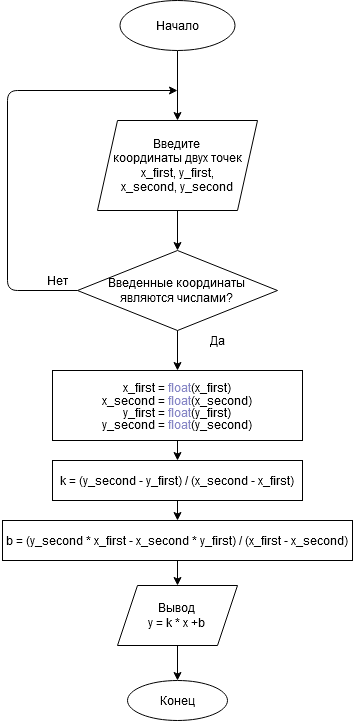
Earlier version of the draw.io export hw1/hw1_2.png (Nev-Iva/algorithms-python). Source tidied: cells renumbered, new cells last; positions are measured from the earlier drawing's top-left corner, leaving out a move shared by most shapes.
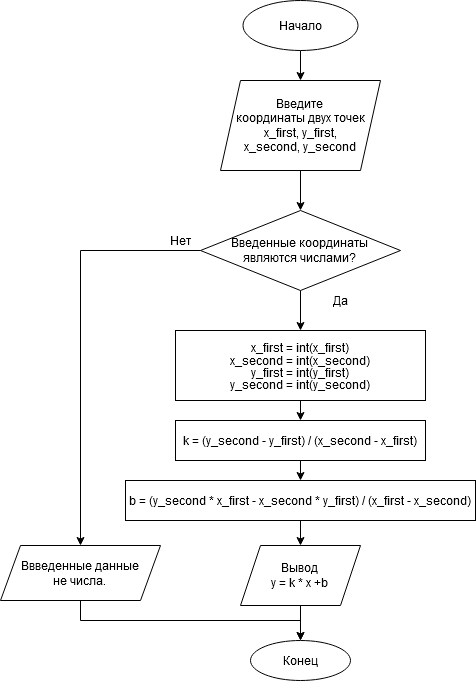
After the change.

Change to the diagram source:
```diff
@@ -6,7 +6,7 @@
       <mxGeometry relative="1" as="geometry" />
     </mxCell>
     <mxCell id="3" value="Начало" style="ellipse;whiteSpace=wrap;html=1;" parent="1" vertex="1">
-      <mxGeometry x="117.5" width="115" height="50" as="geometry" />
+      <mxGeometry x="117.5" y="40" width="115" height="50" as="geometry" />
     </mxCell>
     <mxCell id="4" value="Конец" style="ellipse;whiteSpace=wrap;html=1;" parent="1" vertex="1">
       <mxGeometry x="125" y="680" width="100" height="40" as="geometry" />
@@ -17,18 +17,12 @@
     <mxCell id="6" value="&lt;div&gt;Введите &lt;br&gt;&lt;/div&gt;&lt;div&gt;координаты двух точек&lt;/div&gt;&lt;div&gt;x_first, y_first,&lt;/div&gt;&lt;div&gt;x_second, y_second&lt;br&gt;&lt;/div&gt;" style="shape=parallelogram;perimeter=parallelogramPerimeter;whiteSpace=wrap;html=1;fixedSize=1;" parent="1" vertex="1">
       <mxGeometry x="95" y="120" width="160" height="90" as="geometry" />
     </mxCell>
+    <mxCell id="20" style="edgeStyle=orthogonalEdgeStyle;rounded=0;jettySize=auto;html=1;exitX=0;exitY=0.5;exitDx=0;exitDy=0;entryX=0.5;entryY=0;entryDx=0;entryDy=0;" parent="1" edge="1" source="7" target="22">
+      <mxGeometry relative="1" as="geometry" />
+    </mxCell>
     <mxCell id="7" value="&lt;div&gt;Введенные координаты &lt;br&gt;&lt;/div&gt;&lt;div&gt;являются числами?&lt;/div&gt;" style="rhombus;whiteSpace=wrap;html=1;" parent="1" vertex="1">
       <mxGeometry x="75" y="250" width="200" height="80" as="geometry" />
     </mxCell>
-    <mxCell id="8" style="endArrow=classic;html=1;exitX=0;exitY=0.5;exitDx=0;exitDy=0;" parent="1" edge="1" source="7">
-      <mxGeometry relative="1" as="geometry">
-        <mxPoint x="175" y="90" as="targetPoint" />
-        <Array as="points">
-          <mxPoint x="5" y="290" />
-          <mxPoint x="5" y="90" />
-        </Array>
-      </mxGeometry>
-    </mxCell>
     <mxCell id="9" value="Нет" style="text;html=1;strokeColor=none;fillColor=none;align=center;verticalAlign=middle;whiteSpace=wrap;rounded=0;" parent="1" vertex="1">
       <mxGeometry x="35" y="270" width="40" height="20" as="geometry" />
     </mxCell>
@@ -53,7 +47,7 @@
     <mxCell id="16" style="endArrow=classic;html=1;exitX=0.5;exitY=1;exitDx=0;exitDy=0;entryX=0.5;entryY=0;entryDx=0;entryDy=0;" parent="1" edge="1" source="14" target="11">
       <mxGeometry relative="1" as="geometry" />
     </mxCell>
-    <mxCell id="17" value="&lt;p style=&quot;line-height: 30%&quot;&gt;x_first = &lt;span style=&quot;color: #8888c6&quot;&gt;float&lt;/span&gt;(x_first)&lt;/p&gt;&lt;p style=&quot;line-height: 0%&quot;&gt;x_second = &lt;span style=&quot;color: #8888c6&quot;&gt;float&lt;/span&gt;(x_second)&lt;/p&gt;&lt;p style=&quot;line-height: 0%&quot;&gt;y_first = &lt;span style=&quot;color: #8888c6&quot;&gt;float&lt;/span&gt;(y_first)&lt;/p&gt;&lt;p style=&quot;line-height: 0%&quot;&gt;y_second = &lt;span style=&quot;color: #8888c6&quot;&gt;float&lt;/span&gt;(y_second)&lt;/p&gt;" style="rounded=0;whiteSpace=wrap;html=1;" parent="1" vertex="1">
+    <mxCell id="17" value="&lt;p style=&quot;line-height: 30%&quot;&gt;x_first = int(x_first)&lt;/p&gt;&lt;p style=&quot;line-height: 0%&quot;&gt;x_second = int(x_second)&lt;/p&gt;&lt;p style=&quot;line-height: 0%&quot;&gt;y_first = int(y_first)&lt;/p&gt;&lt;p style=&quot;line-height: 0%&quot;&gt;y_second = int(y_second)&lt;/p&gt;" style="rounded=0;whiteSpace=wrap;html=1;" parent="1" vertex="1">
       <mxGeometry x="50" y="370" width="250" height="70" as="geometry" />
     </mxCell>
     <mxCell id="18" style="endArrow=classic;html=1;exitX=0.5;exitY=1;exitDx=0;exitDy=0;entryX=0.5;entryY=0;entryDx=0;entryDy=0;" parent="1" edge="1" source="17" target="10">
@@ -62,5 +56,13 @@
     <mxCell id="19" style="endArrow=classic;html=1;exitX=0.5;exitY=1;exitDx=0;exitDy=0;entryX=0.5;entryY=0;entryDx=0;entryDy=0;" parent="1" edge="1" source="7" target="17">
       <mxGeometry relative="1" as="geometry" />
     </mxCell>
+    <mxCell id="21" style="edgeStyle=orthogonalEdgeStyle;rounded=0;jettySize=auto;html=1;exitX=0.5;exitY=1;exitDx=0;exitDy=0;" parent="1" edge="1" source="22">
+      <mxGeometry relative="1" as="geometry">
+        <mxPoint x="175" y="680" as="targetPoint" />
+      </mxGeometry>
+    </mxCell>
+    <mxCell id="22" value="&lt;div&gt;Ввведенные данные &lt;br&gt;&lt;/div&gt;&lt;div&gt;не числа.&lt;/div&gt;" style="shape=parallelogram;perimeter=parallelogramPerimeter;whiteSpace=wrap;html=1;fixedSize=1;" parent="1" vertex="1">
+      <mxGeometry x="-125" y="585" width="160" height="55" as="geometry" />
+    </mxCell>
   </root>
 </mxGraphModel>
```
